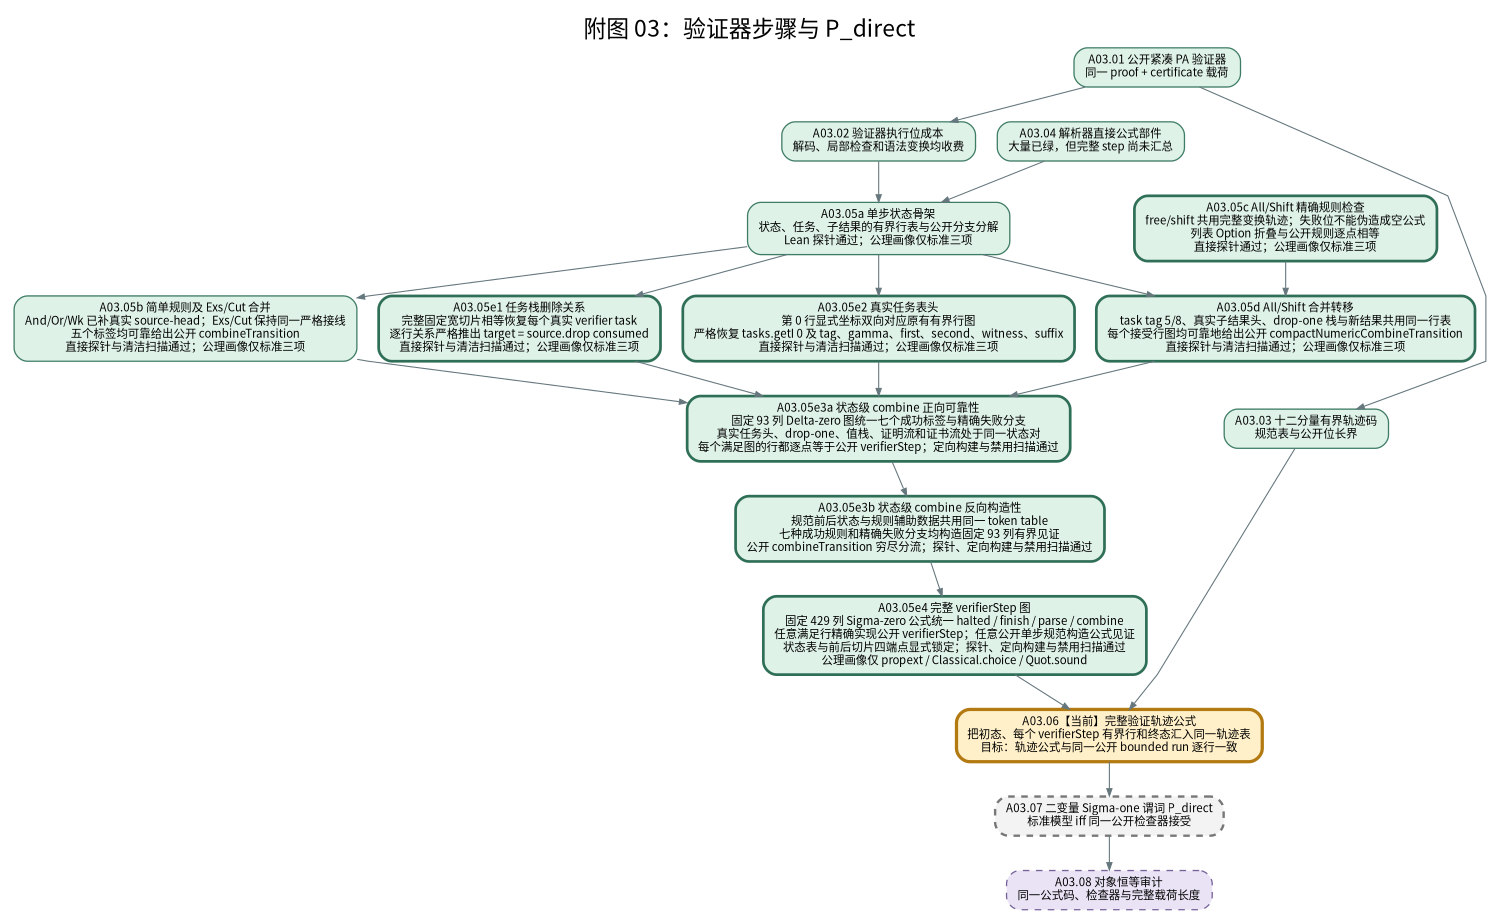
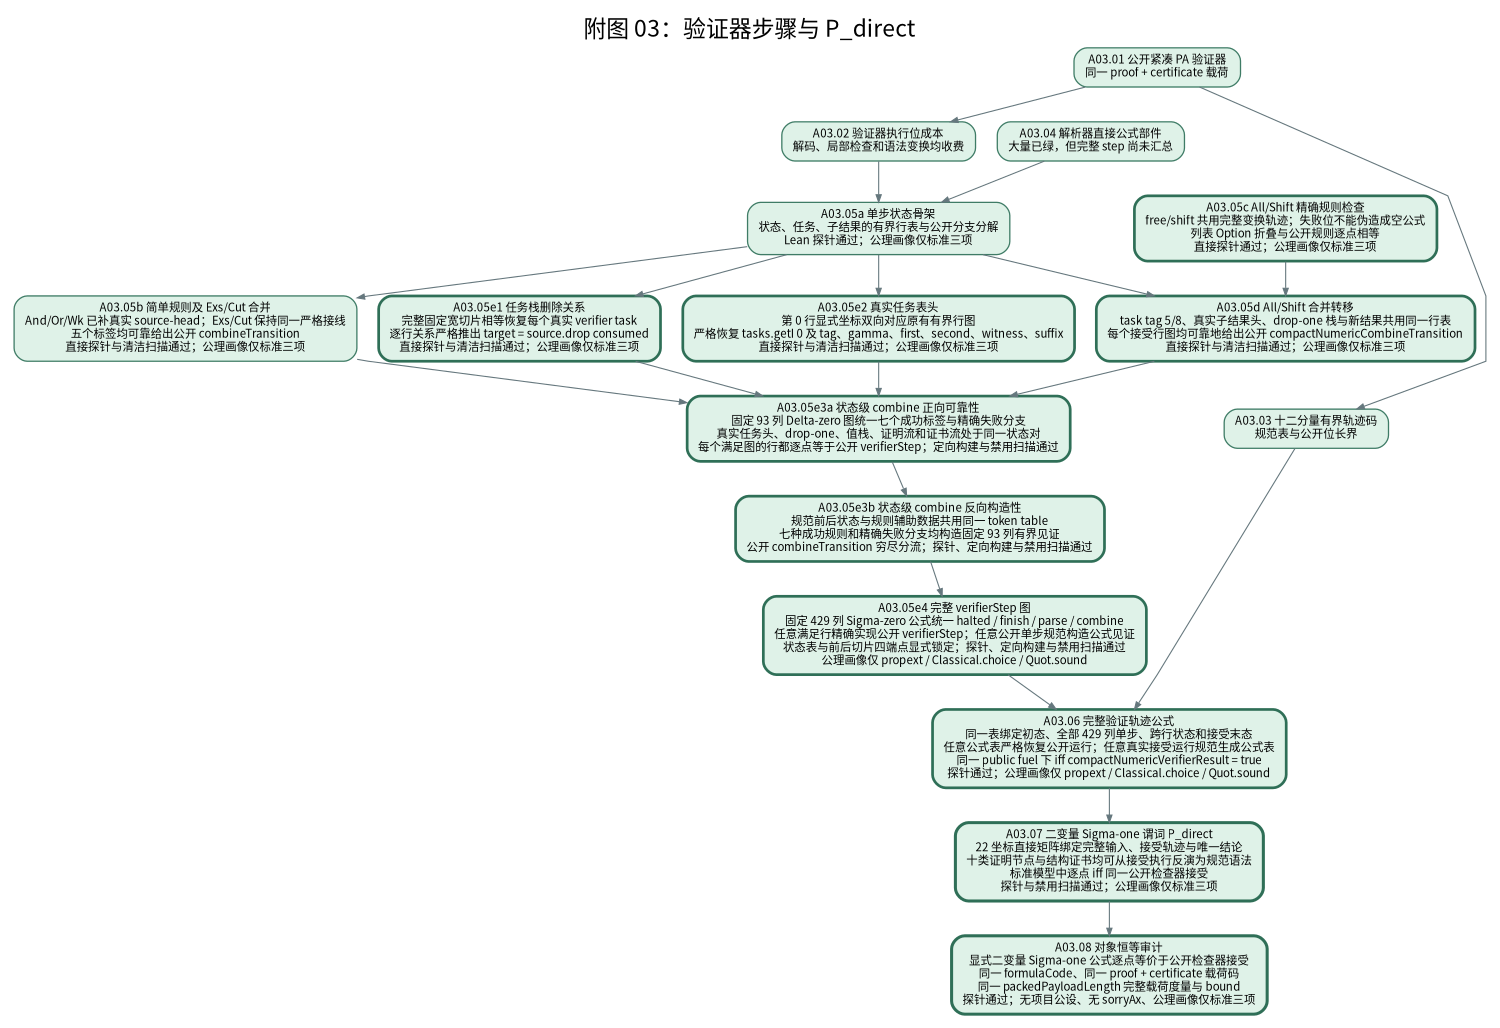
digraph DirectVerifierPredicateAppendix {
  graph [rankdir=TB, bgcolor="white", splines=polyline, nodesep="0.28",
    ranksep="0.44", pad="0.18", size="10,14!", ratio=compress,
    fontname="Noto Sans CJK SC", fontsize=21,
    label="附图 03：验证器步骤与 P_direct", labelloc="t"];
  node [shape=box, style="rounded,filled", fontname="Noto Sans CJK SC",
    fontsize=10.5, color="#526d75", fillcolor="#f3f3f3",
    margin="0.14,0.09", penwidth=1.2];
  edge [fontname="Noto Sans CJK SC", fontsize=8.5, color="#65777d",
    arrowsize=0.68];

  verifier [node_id="A03.01", status="done", endpoint_theorem="public verifier exactness",
    source="integration/FoundationCompactNumericListedPublicVerifier.lean", appendix="03",
    next_obligation="none", label="A03.01 公开紧凑 PA 验证器\n同一 proof + certificate 载荷",
    fillcolor="#dff2e8", color="#3f7c66"];
  bitcost [node_id="A03.02", status="done", endpoint_theorem="public verifier polynomial bit cost",
    source="integration/FoundationCompactListedPublicCostSkeleton.lean", appendix="03",
    next_obligation="none", label="A03.02 验证器执行位成本\n解码、局部检查和语法变换均收费",
    fillcolor="#dff2e8", color="#3f7c66"];
  trace_code [node_id="A03.03", status="done", endpoint_theorem="bounded direct trace code",
    source="integration/FoundationCompactNumericListedBoundedTraceCode.lean", appendix="03",
    next_obligation="none", label="A03.03 十二分量有界轨迹码\n规范表与公开位长界",
    fillcolor="#dff2e8", color="#3f7c66"];
  parser_parts [node_id="A03.04", status="partial_done", endpoint_theorem="audited direct parser components",
    source="docs/checked_minproof_appendix_02_parser_traces_zh.dot", appendix="03",
    next_obligation="reuse selectively after PA compiler",
    label="A03.04 解析器直接公式部件\n大量已绿，但完整 step 尚未汇总",
    fillcolor="#dff2e8", color="#3f7c66"];
  step_skeleton [node_id="A03.05a", status="done",
    endpoint_theorem="compactNumericVerifierStep_cases_iff + typed task/state realization",
    source="integration/FoundationCompactNumericListedDirectVerifierStepCases.lean", appendix="03",
    next_obligation="none",
    label="A03.05a 单步状态骨架\n状态、任务、子结果的有界行表与公开分支分解\nLean 探针通过；公理画像仅标准三项",
    fillcolor="#dff2e8", color="#3f7c66"];
  local_combine [node_id="A03.05b", status="done",
    endpoint_theorem="CompactNumericSimpleCombineTransitionRows.sound_combineTransition + CompactNumericExsCutCombineRuleRows.sound_combineTransition",
    source="integration/FoundationCompactNumericListedDirectSimpleCombineTransitionRows.lean + integration/FoundationCompactNumericListedDirectExsCutCombineRuleRows.lean",
    appendix="03", next_obligation="none",
    label="A03.05b 简单规则及 Exs/Cut 合并\nAnd/Or/Wk 已补真实 source-head；Exs/Cut 保持同一严格接线\n五个标签均可靠给出公开 combineTransition\n直接探针与清洁扫描通过；公理画像仅标准三项",
    fillcolor="#dff2e8", color="#3f7c66"];
  all_shift_exact [node_id="A03.05c", status="done",
    endpoint_theorem="CompactFormulaShiftExactListRows.sound + compactAdditiveAllRuleCheck_iff + compactAdditiveShiftRuleCheck_iff",
    source="integration/FoundationCompactNumericListedDirectFormulaTransformTotalExactFormula.lean + integration/FoundationCompactNumericListedDirectFormulaShiftExactListRows.lean + integration/FoundationCompactNumericListedDirectAllShiftRuleCheck.lean",
    appendix="03", next_obligation="none",
    label="A03.05c All/Shift 精确规则检查\nfree/shift 共用完整变换轨迹；失败位不能伪造成空公式\n列表 Option 折叠与公开规则逐点相等\n直接探针通过；公理画像仅标准三项",
    fillcolor="#dff2e8", color="#2f6f57", penwidth=2.5];
  all_shift_combine [node_id="A03.05d", status="done",
    endpoint_theorem="CompactNumericAllShiftCombineRuleRows.sound_combineTransition",
    source="integration/FoundationCompactNumericListedDirectAllShiftCombineRuleRows.lean",
    appendix="03", next_obligation="none",
    label="A03.05d All/Shift 合并转移\ntask tag 5/8、真实子结果头、drop-one 栈与新结果共用同一行表\n每个接受行图均可靠地给出公开 compactNumericCombineTransition\n直接探针与清洁扫描通过；公理画像仅标准三项",
    fillcolor="#dff2e8", color="#2f6f57", penwidth=2.5];
  task_drop [node_id="A03.05e1", status="done",
    endpoint_theorem="CompactNumericVerifierTaskListDropRows.eq_drop_of_rows",
    source="integration/FoundationCompactNumericListedDirectVerifierTaskListDropRows.lean",
    appendix="03", next_obligation="none",
    label="A03.05e1 任务栈删除关系\n完整固定宽切片相等恢复每个真实 verifier task\n逐行关系严格推出 target = source.drop consumed\n直接探针与清洁扫描通过；公理画像仅标准三项",
    fillcolor="#dff2e8", color="#2f6f57", penwidth=2.5];
  task_head [node_id="A03.05e2", status="done",
    endpoint_theorem="CompactNumericVerifierTaskBoundedHead.realize_actualHeadWithFields",
    source="integration/FoundationCompactNumericListedDirectVerifierTaskBoundedHeadFormula.lean",
    appendix="03", next_obligation="none",
    label="A03.05e2 真实任务表头\n第 0 行显式坐标双向对应原有有界行图\n严格恢复 tasks.getI 0 及 tag、gamma、first、second、witness、suffix\n直接探针与清洁扫描通过；公理画像仅标准三项",
    fillcolor="#dff2e8", color="#2f6f57", penwidth=2.5];
  combine_sound [node_id="A03.05e3a", status="done",
    endpoint_theorem="CompactNumericVerifierCombineStateGraph.realizeExactStep + compactNumericVerifierCombineStateGraphDef_sigmaZero",
    source="integration/FoundationCompactNumericListedDirectVerifierCombineStateGraph.lean",
    appendix="03", next_obligation="none",
    label="A03.05e3a 状态级 combine 正向可靠性\n固定 93 列 Delta-zero 图统一七个成功标签与精确失败分支\n真实任务头、drop-one、值栈、证明流和证书流处于同一状态对\n每个满足图的行都逐点等于公开 verifierStep；定向构建与禁用扫描通过",
    fillcolor="#dff2e8", color="#2f6f57", penwidth=2.5];
  combine_complete [node_id="A03.05e3b", status="done",
    endpoint_theorem="CompactNumericVerifierCanonicalCombineStateGraph.exists_of_public_step",
    source="integration/FoundationCompactNumericListedDirectVerifierCombineCanonicalCompleteness.lean",
    appendix="03", next_obligation="none",
    label="A03.05e3b 状态级 combine 反向构造性\n规范前后状态与规则辅助数据共用同一 token table\n七种成功规则和精确失败分支均构造固定 93 列有界见证\n公开 combineTransition 穷尽分流；探针、定向构建与禁用扫描通过",
    fillcolor="#dff2e8", color="#2f6f57", penwidth=2.5];
  verifier_step [node_id="A03.05e4", status="done",
    endpoint_theorem="compactNumericVerifierStepFormula_closedEndpoint + CompactNumericVerifierStepGraph.realizeExactStep",
    source="integration/FoundationCompactNumericListedDirectVerifierStepEndpoint.lean", appendix="03",
    next_obligation="none",
    label="A03.05e4 完整 verifierStep 图\n固定 429 列 Sigma-zero 公式统一 halted / finish / parse / combine\n任意满足行精确实现公开 verifierStep；任意公开单步规范构造公式见证\n状态表与前后切片四端点显式锁定；探针、定向构建与禁用扫描通过\n公理画像仅 propext / Classical.choice / Quot.sound",
    fillcolor="#dff2e8", color="#2f6f57", penwidth=2.5];
-   direct_trace [node_id="A03.06", status="active", endpoint_theorem="DirectVerifierTraceCode exact formula",
-     source="planned", appendix="03", next_obligation="join initial, every 429-column step, and final rows",
-     label="A03.06【当前】完整验证轨迹公式\n把初态、每个 verifierStep 有界行和终态汇入同一轨迹表\n目标：轨迹公式与同一公开 bounded run 逐行一致",
-     fillcolor="#fff0c9", color="#b37a12", penwidth=3.0];
-   predicate [node_id="A03.07", status="pending", endpoint_theorem="P_direct(bound,y)",
-     source="planned", appendix="03", next_obligation="wait for A03.06",
-     label="A03.07 二变量 Sigma-one 谓词 P_direct\n标准模型 iff 同一公开检查器接受",
-     style="rounded,filled,dashed", color="#777777", penwidth=2.2];
-   identity [node_id="A03.08", status="pending", endpoint_theorem="same formula/checker/measure identity",
-     source="planned", appendix="03", next_obligation="wait for A03.07",
-     label="A03.08 对象恒等审计\n同一公式码、检查器与完整载荷长度",
-     fillcolor="#e9e3f5", color="#76639a", style="rounded,filled,dashed"];
+   direct_trace [node_id="A03.06", status="done",
+     endpoint_theorem="exists_publicAcceptedTraceFormula_iff_verifierResult_true",
+     source="integration/FoundationCompactNumericListedDirectVerifierAcceptedTraceFormula.lean + integration/FoundationCompactNumericListedDirectVerifierAcceptedTraceExactness.lean",
+     appendix="03", next_obligation="none",
+     label="A03.06 完整验证轨迹公式\n同一表绑定初态、全部 429 列单步、跨行状态和接受末态\n任意公式表严格恢复公开运行；任意真实接受运行规范生成公式表\n同一 public fuel 下 iff compactNumericVerifierResult = true\n探针通过；公理画像仅 propext / Classical.choice / Quot.sound",
+     fillcolor="#dff2e8", color="#2f6f57", penwidth=2.5];
+   predicate [node_id="A03.07", status="done",
+     endpoint_theorem="directProofPredicate_iff_exists_publicVerifier",
+     source="integration/FoundationCompactNumericListedDirectProofPredicate.lean + integration/FoundationCompactNumericListedTaskMachineSyntaxInversion.lean + integration/FoundationCompactNumericListedDirectProofPredicateExactness.lean",
+     appendix="03", next_obligation="none",
+     label="A03.07 二变量 Sigma-one 谓词 P_direct\n22 坐标直接矩阵绑定完整输入、接受轨迹与唯一结论\n十类证明节点与结构证书均可从接受执行反演为规范语法\n标准模型中逐点 iff 同一公开检查器接受\n探针与禁用扫描通过；公理画像仅标准三项",
+     fillcolor="#dff2e8", color="#2f6f57", penwidth=2.8];
+   identity [node_id="A03.08", status="done",
+     endpoint_theorem="compactListedPADirectProofFormula_iff_exists_publicVerifier",
+     source="integration/FoundationCompactNumericListedDirectProofPredicateExactness.lean",
+     appendix="03", next_obligation="none",
+     label="A03.08 对象恒等审计\n显式二变量 Sigma-one 公式逐点等价于公开检查器接受\n同一 formulaCode、同一 proof + certificate 载荷码\n同一 packedPayloadLength 完整载荷度量与 bound\n探针通过；无项目公设、无 sorryAx、公理画像仅标准三项",
+     fillcolor="#dff2e8", color="#2f6f57", penwidth=2.8];

  verifier -> bitcost;
  verifier -> trace_code;
  parser_parts -> step_skeleton;
  bitcost -> step_skeleton;
  step_skeleton -> local_combine;
  step_skeleton -> all_shift_combine;
  all_shift_exact -> all_shift_combine;
  step_skeleton -> task_drop;
  step_skeleton -> task_head;
  local_combine -> combine_sound;
  all_shift_combine -> combine_sound;
  task_drop -> combine_sound;
  task_head -> combine_sound -> combine_complete -> verifier_step;
  trace_code -> direct_trace;
  verifier_step -> direct_trace -> predicate -> identity;
}
